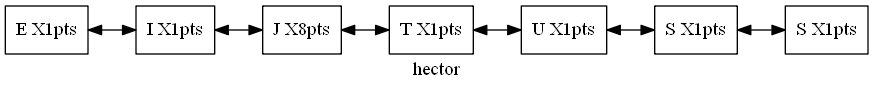
The Graphviz diagram Reportes/ListaJugador.png in hr9457/EDD_1S2020_PY1_201314296, before a commit. Its source is kept beside it as ArchivosDot/ListaJugador.dot.
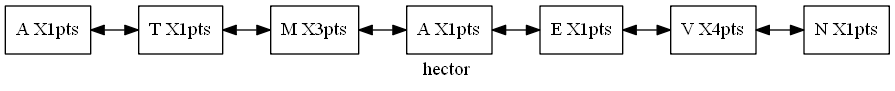
The same diagram one commit later.

The edit, as a diff of the source:
```diff
@@ -1,13 +1,13 @@
 digraph Lista {
 rankdir=LR;
 node [shape=record];
-Nodo0[label="E  X1pts"]
-Nodo1[label="I  X1pts"]
-Nodo2[label="J  X8pts"]
-Nodo3[label="T  X1pts"]
-Nodo4[label="U  X1pts"]
-Nodo5[label="S  X1pts"]
-Nodo6[label="S  X1pts"]
+Nodo0[label="A  X1pts"]
+Nodo1[label="T  X1pts"]
+Nodo2[label="M  X3pts"]
+Nodo3[label="A  X1pts"]
+Nodo4[label="E  X1pts"]
+Nodo5[label="V  X4pts"]
+Nodo6[label="N  X1pts"]
 Nodo0->Nodo1[dir=both];
 Nodo1->Nodo2[dir=both];
 Nodo2->Nodo3[dir=both];
```
